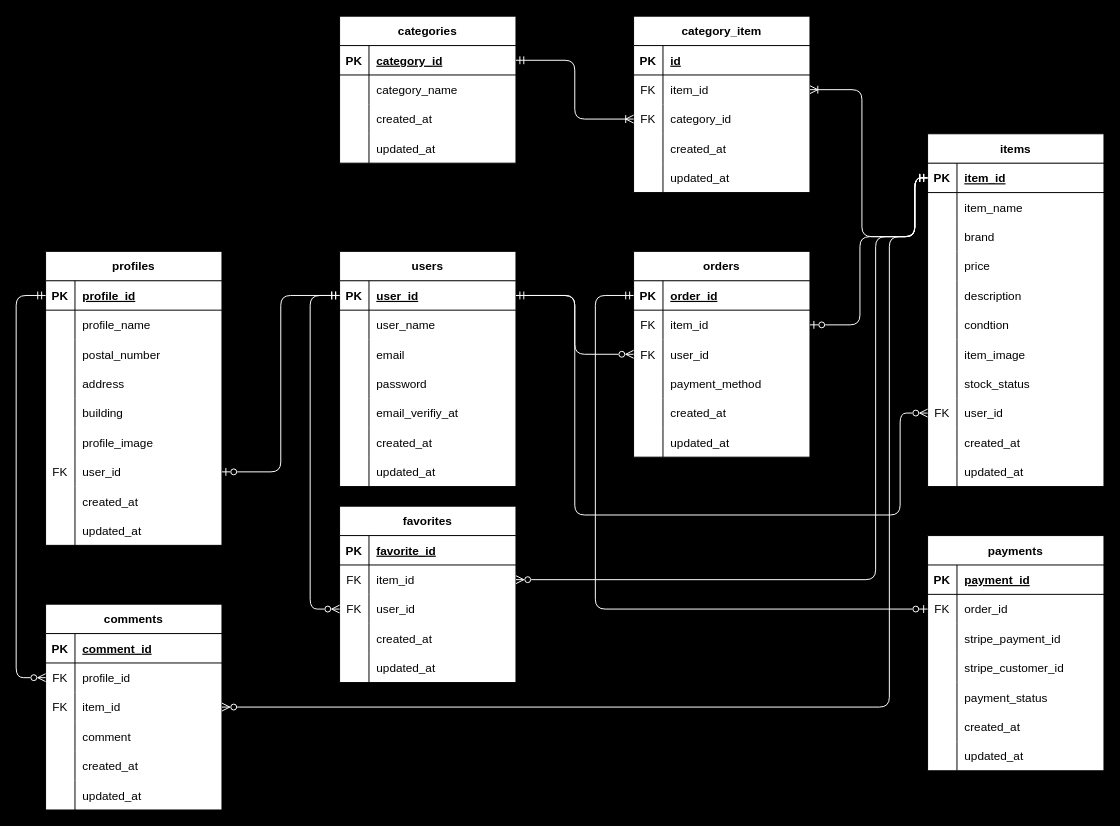
Earlier version of the draw.io diagram flea_markets_er.dio (ayuka-maruyama/coachtech_flea_markets). Source tidied: cells renumbered, new cells numbered last; positions are measured from the earlier drawing's top-left corner, leaving out a move shared by most shapes. Both pictures are drawn from the tidied source at 98%, with x=0, y=0 at pixel (16, 16).
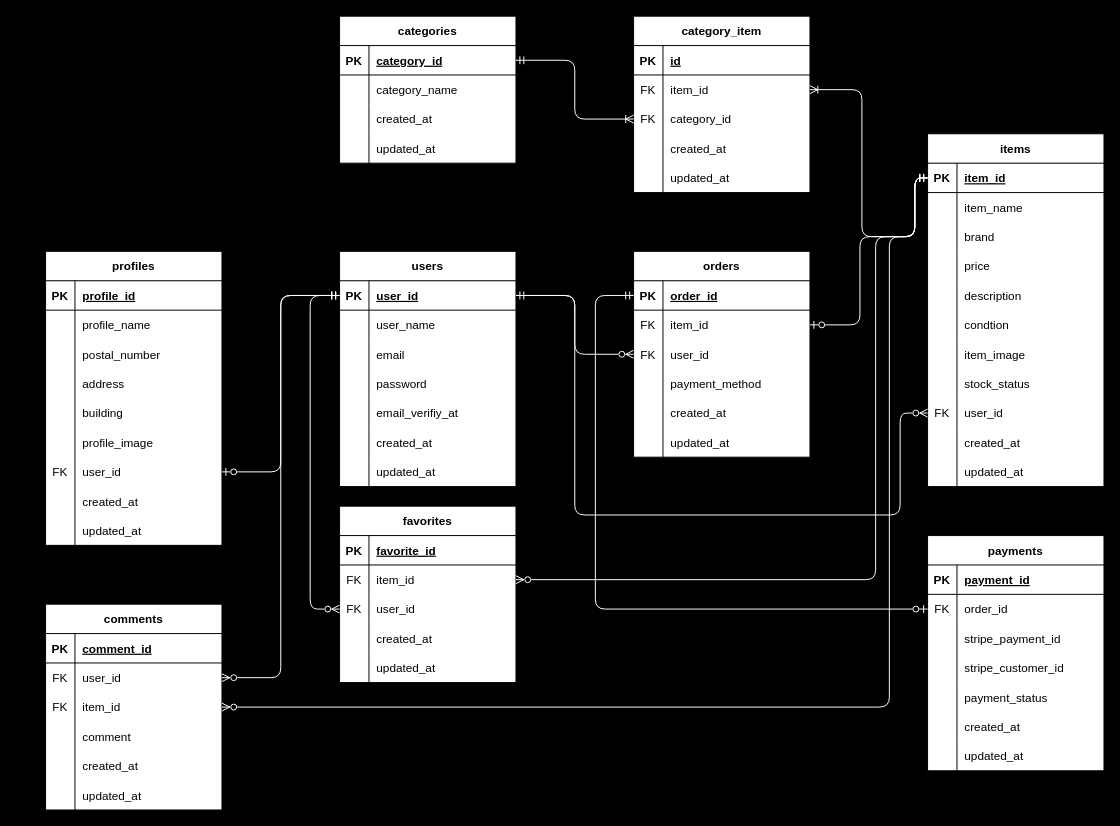
After the change.

Commit message:
リレーションの変更によるER図修正

The change refers to these unchanged cells:
```xml
<mxCell id="16" style="shape=tableRow;horizontal=0;startSize=0;swimlaneHead=0;swimlaneBody=0;fillColor=none;points=[[0,0.5],[1,0.5]];portConstraint=eastwest;top=0;left=0;right=0;bottom=1;" parent="15" vertex="1">
  <mxGeometry y="30" width="180" height="30" as="geometry" />
</mxCell>
<mxCell id="110" style="shape=tableRow;horizontal=0;startSize=0;swimlaneHead=0;swimlaneBody=0;fillColor=none;points=[[0,0.5],[1,0.5]];portConstraint=eastwest;top=0;left=0;right=0;bottom=1;" parent="109" vertex="1">
  <mxGeometry y="30" width="180" height="30" as="geometry" />
</mxCell>
<mxCell id="165" style="shape=tableRow;horizontal=0;startSize=0;swimlaneHead=0;swimlaneBody=0;fillColor=none;points=[[0,0.5],[1,0.5]];portConstraint=eastwest;top=0;left=0;right=0;bottom=0;" parent="161" vertex="1">
  <mxGeometry y="60" width="180" height="30" as="geometry" />
</mxCell>
```

What changed in the source:
```diff
@@
-    <mxCell id="167" value="profile_id" style="shape=partialRectangle;fillColor=none;top=0;left=0;bottom=0;right=0;align=left;spacingLeft=6;overflow=hidden;" parent="165" vertex="1">
+    <mxCell id="167" value="user_id" style="shape=partialRectangle;fillColor=none;top=0;left=0;bottom=0;right=0;align=left;spacingLeft=6;overflow=hidden;" parent="165" vertex="1">
       <mxGeometry x="30" width="150" height="30" as="geometry" />
     </mxCell>
@@
-    <mxCell id="180" style="edgeStyle=orthogonalEdgeStyle;html=1;exitX=0;exitY=0.5;exitDx=0;exitDy=0;entryX=0;entryY=0.5;entryDx=0;entryDy=0;startArrow=ERzeroToMany;startFill=0;endArrow=ERmandOne;endFill=0;strokeColor=#FFFFFF;" parent="1" edge="1" source="165" target="110">
-      <mxGeometry relative="1" as="geometry">
-        <Array as="points">
-          <mxPoint y="675" />
-          <mxPoint y="285" />
-        </Array>
-      </mxGeometry>
-    </mxCell>
@@
+    <mxCell id="202" style="edgeStyle=orthogonalEdgeStyle;html=1;exitX=1;exitY=0.5;exitDx=0;exitDy=0;entryX=0;entryY=0.5;entryDx=0;entryDy=0;startArrow=ERzeroToMany;startFill=0;endArrow=ERmandOne;endFill=0;fontColor=#FFFFFF;labelBackgroundColor=#000000;strokeColor=#FFFFFF;" parent="1" edge="1" source="165" target="16">
+      <mxGeometry relative="1" as="geometry">
+        <Array as="points">
+          <mxPoint x="270" y="675" />
+          <mxPoint x="270" y="285" />
+        </Array>
+      </mxGeometry>
+    </mxCell>
```
